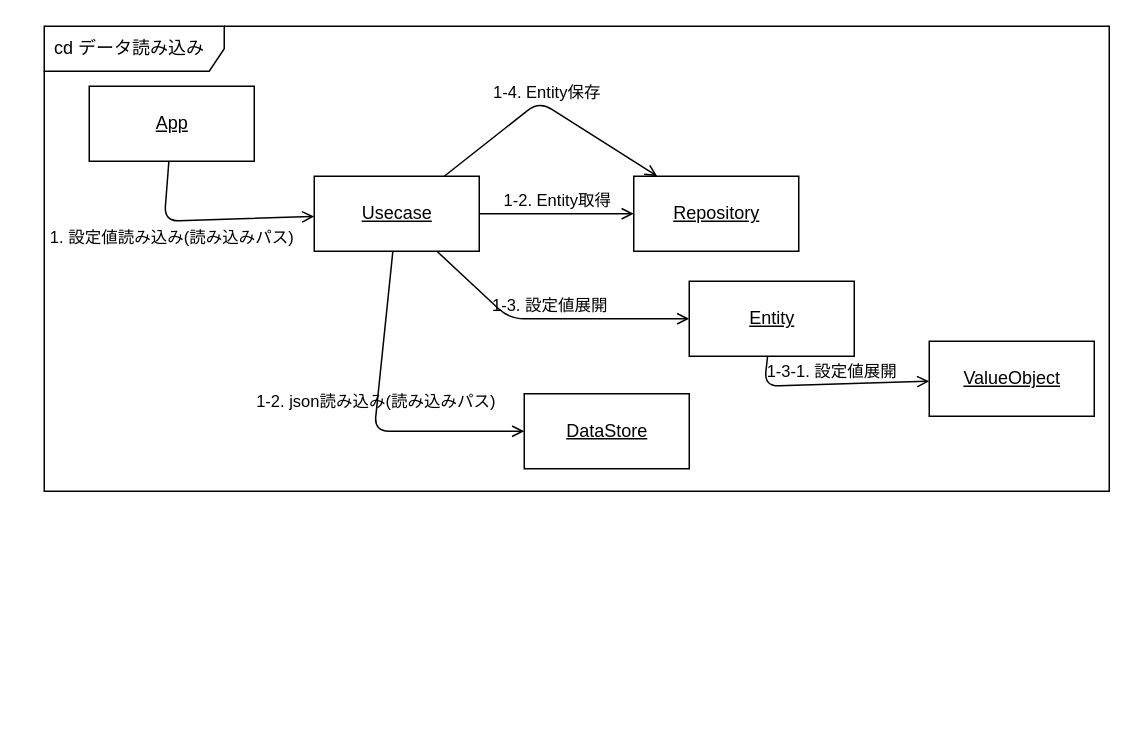
bosssanovar/LightMvvmSample keeps this draw.io diagram as page "データ読み込み" (2 of 2) of Designs/コミュニケーション/コミュニケーション図.drawio. Above is the earlier version. Source tidied: cells renumbered, new cells numbered last; positions are measured from the earlier drawing's top-left corner, leaving out a move shared by most shapes. Both pictures are drawn from the tidied source at 150%, with x=0, y=0 at pixel (44, 26).
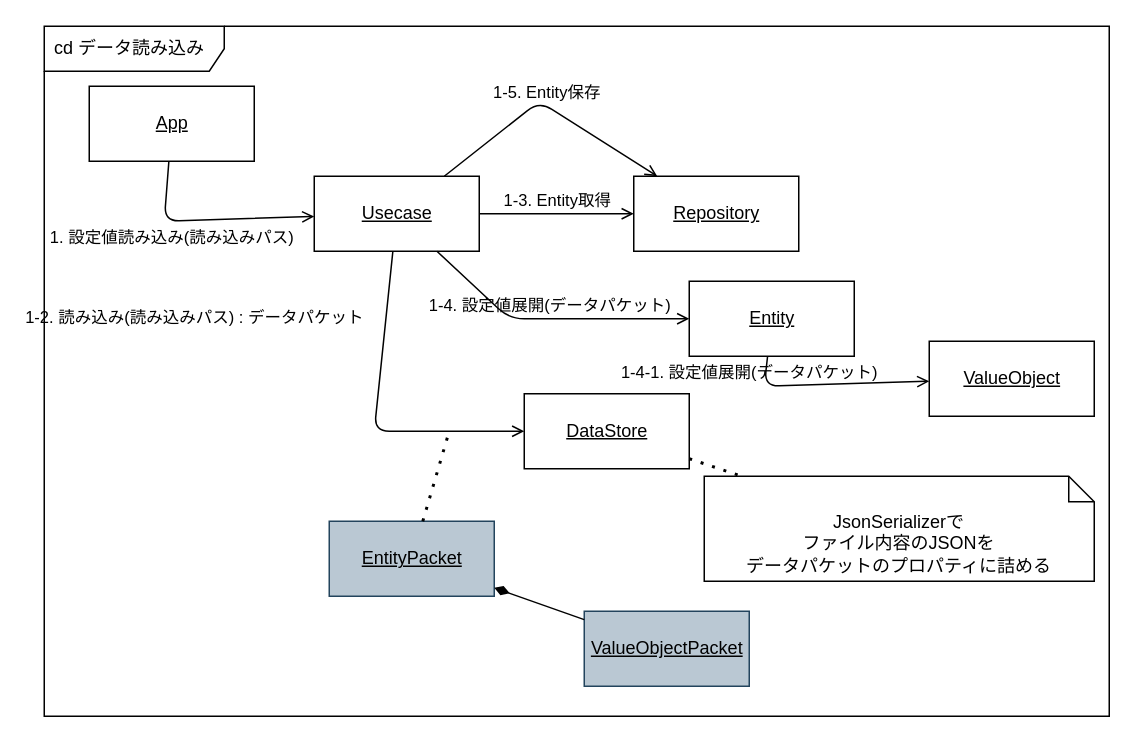
After the change.

The change refers to these unchanged cells:
```xml
<mxCell id="3" value="Usecase" style="html=1;fontStyle=4;" parent="1" vertex="1">
  <mxGeometry x="180" y="100" width="110" height="50" as="geometry" />
</mxCell>
<mxCell id="4" value="DataStore" style="html=1;fontStyle=4;" parent="1" vertex="1">
  <mxGeometry x="320" y="245" width="110" height="50" as="geometry" />
</mxCell>
<mxCell id="5" value="Repository" style="html=1;fontStyle=4;" parent="1" vertex="1">
  <mxGeometry x="393" y="100" width="110" height="50" as="geometry" />
</mxCell>
<mxCell id="6" value="Entity" style="html=1;fontStyle=4;" parent="1" vertex="1">
  <mxGeometry x="430" y="170" width="110" height="50" as="geometry" />
</mxCell>
<mxCell id="7" value="ValueObject" style="html=1;fontStyle=4;" parent="1" vertex="1">
  <mxGeometry x="590" y="210" width="110" height="50" as="geometry" />
</mxCell>
```

What changed in the source:
```diff
@@
     <mxCell id="2" value="cd データ読み込み" style="shape=umlFrame;whiteSpace=wrap;html=1;width=120;height=30;boundedLbl=1;verticalAlign=middle;align=left;spacingLeft=5;swimlaneFillColor=default;" parent="1" vertex="1">
-      <mxGeometry width="710" height="310" as="geometry" />
+      <mxGeometry width="710" height="460" as="geometry" />
     </mxCell>
@@
-    <mxCell id="10" value="1-2. Entity取得" style="html=1;verticalAlign=bottom;labelBackgroundColor=none;endArrow=open;endFill=0;" parent="1" edge="1" source="3" target="5">
+    <mxCell id="10" value="1-3. Entity取得" style="html=1;verticalAlign=bottom;labelBackgroundColor=none;endArrow=open;endFill=0;" parent="1" edge="1" source="3" target="5">
       <mxGeometry relative="1" as="geometry" />
     </mxCell>
-    <mxCell id="11" value="1-3. 設定値展開" style="html=1;verticalAlign=bottom;labelBackgroundColor=none;endArrow=open;endFill=0;" parent="1" edge="1" source="3" target="6">
+    <mxCell id="11" value="1-4. 設定値展開(データパケット)" style="html=1;verticalAlign=bottom;labelBackgroundColor=none;endArrow=open;endFill=0;" parent="1" edge="1" source="3" target="6">
       <mxGeometry relative="1" as="geometry">
         <Array as="points">
           <mxPoint x="310" y="195" />
         </Array>
       </mxGeometry>
     </mxCell>
-    <mxCell id="12" value="1-3-1. 設定値展開" style="html=1;verticalAlign=bottom;labelBackgroundColor=none;endArrow=open;endFill=0;" parent="1" edge="1" source="6" target="7">
-      <mxGeometry relative="1" as="geometry">
+    <mxCell id="12" value="1-4-1. 設定値展開(データパケット)" style="html=1;verticalAlign=bottom;labelBackgroundColor=none;endArrow=open;endFill=0;" parent="1" edge="1" source="6" target="7">
+      <mxGeometry x="-0.69" y="10" relative="1" as="geometry">
         <Array as="points">
           <mxPoint x="480" y="240" />
         </Array>
+        <mxPoint x="-10" y="10" as="offset" />
       </mxGeometry>
     </mxCell>
-    <mxCell id="13" value="1-2. json読み込み(読み込みパス)" style="html=1;verticalAlign=bottom;labelBackgroundColor=none;endArrow=open;endFill=0;" parent="1" edge="1" source="3" target="4">
-      <mxGeometry relative="1" as="geometry">
+    <mxCell id="13" value="1-2. 読み込み(読み込みパス) : データパケット" style="html=1;verticalAlign=bottom;labelBackgroundColor=none;endArrow=open;endFill=0;" parent="1" edge="1" source="3" target="4">
+      <mxGeometry x="0.09" y="-60" relative="1" as="geometry">
         <Array as="points">
           <mxPoint x="220" y="270" />
         </Array>
+        <mxPoint x="-60" y="-60" as="offset" />
       </mxGeometry>
     </mxCell>
-    <mxCell id="14" value="1-4. Entity保存" style="html=1;verticalAlign=bottom;labelBackgroundColor=none;endArrow=open;endFill=0;" parent="1" edge="1" source="3" target="5">
+    <mxCell id="14" value="1-5. Entity保存" style="html=1;verticalAlign=bottom;labelBackgroundColor=none;endArrow=open;endFill=0;" parent="1" edge="1" source="3" target="5">
       <mxGeometry relative="1" as="geometry">
         <Array as="points">
           <mxPoint x="330" y="50" />
         </Array>
       </mxGeometry>
     </mxCell>
+    <mxCell id="15" value="EntityPacket" style="html=1;fontStyle=4;fillColor=#bac8d3;strokeColor=#23445d;" parent="1" vertex="1">
+      <mxGeometry x="190" y="330" width="110" height="50" as="geometry" />
+    </mxCell>
+    <mxCell id="16" value="ValueObjectPacket" style="html=1;fontStyle=4;fillColor=#bac8d3;strokeColor=#23445d;" parent="1" vertex="1">
+      <mxGeometry x="360" y="390" width="110" height="50" as="geometry" />
+    </mxCell>
+    <mxCell id="17" style="endArrow=none;startArrow=diamondThin;endFill=0;startFill=1;html=1;verticalAlign=bottom;labelBackgroundColor=none;strokeWidth=1;startSize=8;endSize=8;" parent="1" edge="1" source="15" target="16">
+      <mxGeometry relative="1" as="geometry" />
+    </mxCell>
+    <mxCell id="18" style="endArrow=none;dashed=1;html=1;dashPattern=1 3;strokeWidth=2;" parent="1" edge="1" source="15">
+      <mxGeometry relative="1" as="geometry">
+        <mxPoint x="270" y="270" as="targetPoint" />
+      </mxGeometry>
+    </mxCell>
+    <mxCell id="19" value="JsonSerializerで&lt;br&gt;ファイル内容のJSONを&lt;br&gt;データパケットのプロパティに詰める" style="shape=note2;boundedLbl=1;whiteSpace=wrap;html=1;size=17;verticalAlign=top;align=center;" parent="1" vertex="1">
+      <mxGeometry x="440" y="300" width="260" height="70" as="geometry" />
+    </mxCell>
+    <mxCell id="20" style="endArrow=none;dashed=1;html=1;dashPattern=1 3;strokeWidth=2;" parent="1" edge="1" source="4" target="19">
+      <mxGeometry relative="1" as="geometry" />
+    </mxCell>
```
